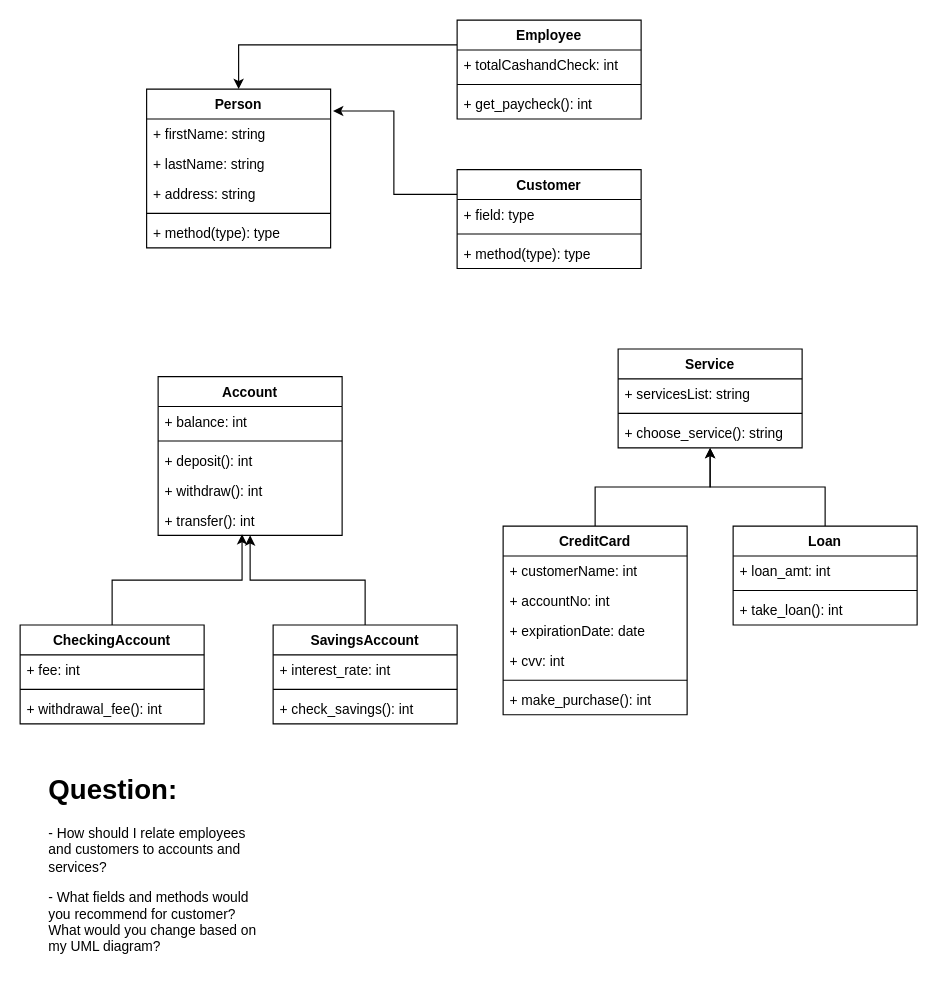
Before: Banking_System2.drawio in JamesHizon/Axiom_Energy_Application, a draw.io diagram. Source tidied: cells renumbered, new cells numbered last; positions are measured from the earlier drawing's top-left corner, leaving out a move shared by most shapes. Both pictures are drawn from the tidied source at 115%, with x=0, y=0 at pixel (20, 20).
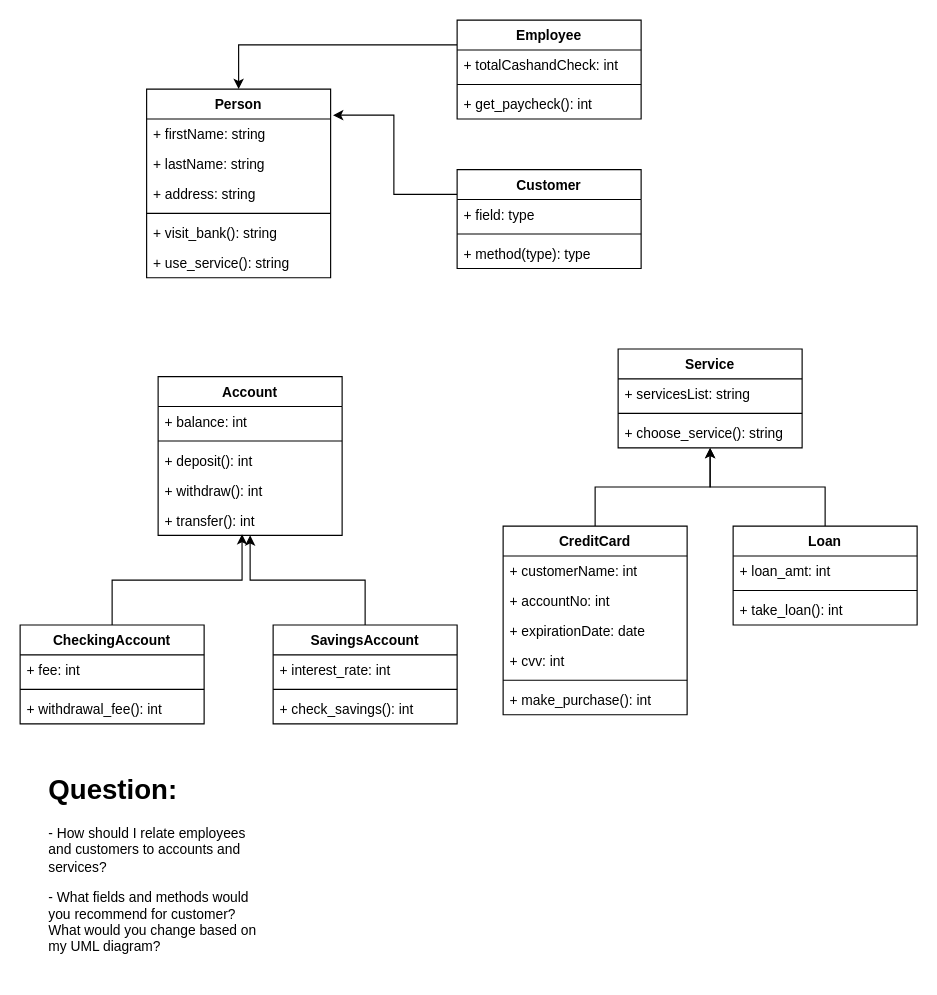
After the change.

The edit, as a diff of the source:
```diff
@@
     <mxCell id="2" value="Person" style="swimlane;fontStyle=1;align=center;verticalAlign=top;horizontal=1;startSize=26;" parent="1" vertex="1">
-      <mxGeometry x="110" y="60" width="160" height="138" as="geometry" />
+      <mxGeometry x="110" y="60" width="160" height="164" as="geometry" />
     </mxCell>
@@
+    <mxCell id="52" value="+ visit_bank(): string" style="text;strokeColor=none;fillColor=none;align=left;verticalAlign=top;spacingLeft=4;spacingRight=4;overflow=hidden;" parent="2" vertex="1">
+      <mxGeometry y="112" width="160" height="26" as="geometry" />
+    </mxCell>
-    <mxCell id="7" value="+ method(type): type" style="text;strokeColor=none;fillColor=none;align=left;verticalAlign=top;spacingLeft=4;spacingRight=4;overflow=hidden;" parent="2" vertex="1">
-      <mxGeometry y="112" width="160" height="26" as="geometry" />
+    <mxCell id="7" value="+ use_service(): string" style="text;strokeColor=none;fillColor=none;align=left;verticalAlign=top;spacingLeft=4;spacingRight=4;overflow=hidden;" parent="2" vertex="1">
+      <mxGeometry y="138" width="160" height="26" as="geometry" />
     </mxCell>
```
